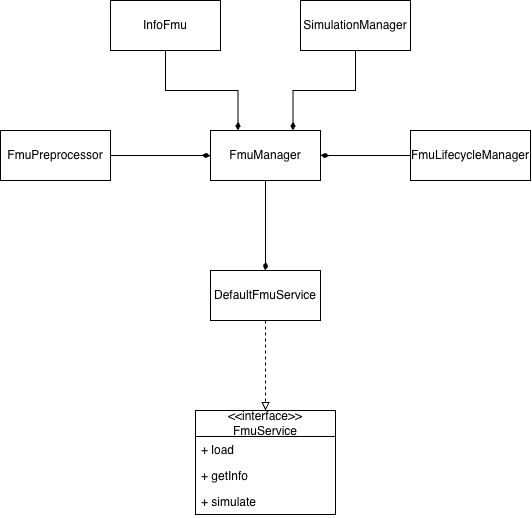
Before: figures/fmukt-design.png, a diagram exported from draw.io (Sohaib-Ouakani/thesis-template). Source tidied: cells renumbered, new cells last; positions are measured from the earlier drawing's top-left corner, leaving out a move shared by most shapes.
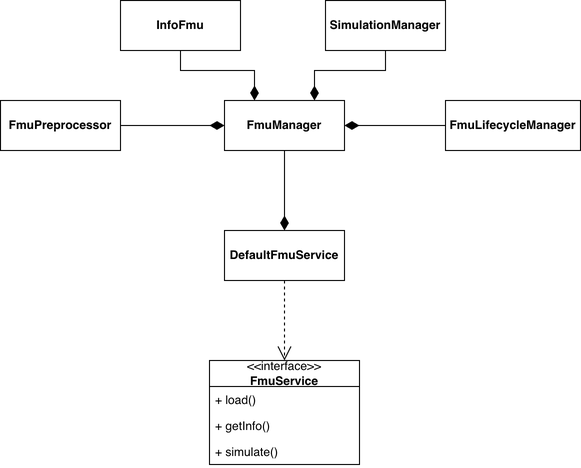
After the change.

The edit, as a diff of the source:
```diff
@@ -2,53 +2,53 @@
   <root>
     <mxCell id="0" />
     <mxCell id="1" parent="0" />
-    <mxCell id="2" value="&amp;lt;&amp;lt;interface&amp;gt;&amp;gt;&lt;div&gt;FmuService&lt;/div&gt;" style="swimlane;fontStyle=0;horizontal=1;startSize=26;fillColor=none;whiteSpace=wrap;html=1;" parent="1" vertex="1">
-      <mxGeometry x="195" y="410" width="140" height="104" as="geometry" />
+    <mxCell id="2" value="&amp;lt;&amp;lt;interface&amp;gt;&amp;gt;&lt;div&gt;&lt;b&gt;FmuService&lt;/b&gt;&lt;/div&gt;" style="swimlane;fontStyle=0;horizontal=1;startSize=26;fillColor=none;whiteSpace=wrap;html=1;" parent="1" vertex="1">
+      <mxGeometry x="239" y="200" width="150" height="104" as="geometry" />
     </mxCell>
-    <mxCell id="3" value="+ load" style="text;strokeColor=none;fillColor=none;align=left;verticalAlign=top;spacingLeft=4;spacingRight=4;overflow=hidden;whiteSpace=wrap;html=1;" parent="2" vertex="1">
-      <mxGeometry y="26" width="140" height="26" as="geometry" />
-    </mxCell>
-    <mxCell id="4" value="+ getInfo" style="text;strokeColor=none;fillColor=none;align=left;verticalAlign=top;spacingLeft=4;spacingRight=4;overflow=hidden;whiteSpace=wrap;html=1;" parent="2" vertex="1">
-      <mxGeometry y="52" width="140" height="26" as="geometry" />
-    </mxCell>
-    <mxCell id="5" value="+ simulate" style="text;strokeColor=none;fillColor=none;align=left;verticalAlign=top;spacingLeft=4;spacingRight=4;overflow=hidden;whiteSpace=wrap;html=1;" parent="2" vertex="1">
-      <mxGeometry y="78" width="140" height="26" as="geometry" />
-    </mxCell>
+    <mxCell id="18" value="+ load()" style="text;strokeColor=none;fillColor=none;align=left;verticalAlign=top;spacingLeft=4;spacingRight=4;overflow=hidden;whiteSpace=wrap;html=1;" parent="2" vertex="1">
+      <mxGeometry y="26" width="150" height="26" as="geometry" />
+    </mxCell>
+    <mxCell id="19" value="+ getInfo()" style="text;strokeColor=none;fillColor=none;align=left;verticalAlign=top;spacingLeft=4;spacingRight=4;overflow=hidden;whiteSpace=wrap;html=1;" parent="2" vertex="1">
+      <mxGeometry y="52" width="150" height="26" as="geometry" />
+    </mxCell>
+    <mxCell id="20" value="+ simulate()" style="text;strokeColor=none;fillColor=none;align=left;verticalAlign=top;spacingLeft=4;spacingRight=4;overflow=hidden;whiteSpace=wrap;html=1;" parent="2" vertex="1">
+      <mxGeometry y="78" width="150" height="26" as="geometry" />
+    </mxCell>
-    <mxCell id="6" style="edgeStyle=orthogonalEdgeStyle;rounded=0;jettySize=auto;html=1;exitX=0.5;exitY=1;exitDx=0;exitDy=0;entryX=0.5;entryY=0;entryDx=0;entryDy=0;endArrow=block;endFill=0;dashed=1;" parent="1" edge="1" source="7" target="2">
+    <mxCell id="6" style="edgeStyle=orthogonalEdgeStyle;rounded=0;jettySize=auto;html=1;exitX=0.5;exitY=1;exitDx=0;exitDy=0;entryX=0.5;entryY=0;entryDx=0;entryDy=0;endArrow=open;endFill=0;endSize=12;dashed=1;startSize=20;" parent="1" edge="1" source="7" target="2">
       <mxGeometry relative="1" as="geometry" />
     </mxCell>
-    <mxCell id="7" value="DefaultFmuService" style="html=1;whiteSpace=wrap;" parent="1" vertex="1">
-      <mxGeometry x="210" y="270" width="110" height="50" as="geometry" />
+    <mxCell id="7" value="&lt;b&gt;DefaultFmuService&lt;/b&gt;" style="html=1;whiteSpace=wrap;" parent="1" vertex="1">
+      <mxGeometry x="254" y="70" width="120" height="50" as="geometry" />
     </mxCell>
-    <mxCell id="8" style="edgeStyle=orthogonalEdgeStyle;rounded=0;jettySize=auto;html=1;exitX=0.5;exitY=1;exitDx=0;exitDy=0;entryX=0.5;entryY=0;entryDx=0;entryDy=0;endArrow=diamondThin;endFill=1;" parent="1" edge="1" source="9" target="7">
+    <mxCell id="8" style="edgeStyle=orthogonalEdgeStyle;rounded=0;jettySize=auto;html=1;exitX=0.5;exitY=1;exitDx=0;exitDy=0;entryX=0.5;entryY=0;entryDx=0;entryDy=0;endArrow=diamondThin;endFill=1;endSize=12;" parent="1" edge="1" source="9" target="7">
       <mxGeometry relative="1" as="geometry" />
     </mxCell>
-    <mxCell id="9" value="FmuManager" style="html=1;whiteSpace=wrap;" parent="1" vertex="1">
-      <mxGeometry x="210" y="130" width="110" height="50" as="geometry" />
+    <mxCell id="9" value="&lt;b&gt;FmuManager&lt;/b&gt;" style="html=1;whiteSpace=wrap;" parent="1" vertex="1">
+      <mxGeometry x="254" y="-60" width="120" height="50" as="geometry" />
     </mxCell>
-    <mxCell id="10" style="edgeStyle=orthogonalEdgeStyle;rounded=0;jettySize=auto;html=1;exitX=1;exitY=0.5;exitDx=0;exitDy=0;entryX=0;entryY=0.5;entryDx=0;entryDy=0;endArrow=diamondThin;endFill=1;" parent="1" edge="1" source="11" target="9">
-      <mxGeometry relative="1" as="geometry" />
-    </mxCell>
-    <mxCell id="11" value="FmuPreprocessor" style="html=1;whiteSpace=wrap;" parent="1" vertex="1">
-      <mxGeometry y="130" width="110" height="50" as="geometry" />
-    </mxCell>
-    <mxCell id="12" style="edgeStyle=orthogonalEdgeStyle;rounded=0;jettySize=auto;html=1;exitX=0.5;exitY=1;exitDx=0;exitDy=0;entryX=0.25;entryY=0;entryDx=0;entryDy=0;endArrow=diamondThin;endFill=1;" parent="1" edge="1" source="13" target="9">
-      <mxGeometry relative="1" as="geometry" />
-    </mxCell>
-    <mxCell id="13" value="InfoFmu" style="html=1;whiteSpace=wrap;" parent="1" vertex="1">
-      <mxGeometry x="110" width="110" height="50" as="geometry" />
-    </mxCell>
-    <mxCell id="14" style="edgeStyle=orthogonalEdgeStyle;rounded=0;jettySize=auto;html=1;exitX=0;exitY=0.5;exitDx=0;exitDy=0;entryX=1;entryY=0.5;entryDx=0;entryDy=0;endArrow=diamondThin;endFill=1;" parent="1" edge="1" source="15" target="9">
+    <mxCell id="14" style="edgeStyle=orthogonalEdgeStyle;rounded=0;jettySize=auto;html=1;exitX=0;exitY=0.5;exitDx=0;exitDy=0;entryX=1;entryY=0.5;entryDx=0;entryDy=0;endArrow=diamondThin;endFill=1;endSize=12;" parent="1" edge="1" source="15" target="9">
       <mxGeometry relative="1" as="geometry" />
     </mxCell>
-    <mxCell id="15" value="FmuLifecycleManager" style="html=1;whiteSpace=wrap;" parent="1" vertex="1">
-      <mxGeometry x="410" y="130" width="120" height="50" as="geometry" />
+    <mxCell id="15" value="&lt;b&gt;FmuLifecycleManager&lt;/b&gt;" style="html=1;whiteSpace=wrap;" parent="1" vertex="1">
+      <mxGeometry x="475" y="-60" width="135" height="50" as="geometry" />
     </mxCell>
-    <mxCell id="16" style="edgeStyle=orthogonalEdgeStyle;rounded=0;jettySize=auto;html=1;exitX=0.5;exitY=1;exitDx=0;exitDy=0;entryX=0.75;entryY=0;entryDx=0;entryDy=0;endArrow=diamondThin;endFill=1;" parent="1" edge="1" source="17" target="9">
+    <mxCell id="16" style="edgeStyle=orthogonalEdgeStyle;rounded=0;jettySize=auto;html=1;exitX=0.5;exitY=1;exitDx=0;exitDy=0;entryX=0.75;entryY=0;entryDx=0;entryDy=0;endArrow=diamondThin;endFill=1;endSize=12;" parent="1" edge="1" source="17" target="9">
       <mxGeometry relative="1" as="geometry" />
     </mxCell>
-    <mxCell id="17" value="SimulationManager" style="html=1;whiteSpace=wrap;" parent="1" vertex="1">
-      <mxGeometry x="300" width="110" height="50" as="geometry" />
+    <mxCell id="17" value="&lt;b&gt;SimulationManager&lt;/b&gt;" style="html=1;whiteSpace=wrap;" parent="1" vertex="1">
+      <mxGeometry x="355" y="-160" width="120" height="50" as="geometry" />
     </mxCell>
+    <mxCell id="12" style="edgeStyle=orthogonalEdgeStyle;rounded=0;jettySize=auto;html=1;exitX=0.5;exitY=1;exitDx=0;exitDy=0;entryX=0.25;entryY=0;entryDx=0;entryDy=0;endArrow=diamondThin;endFill=1;endSize=12;" parent="1" edge="1" source="13" target="9">
+      <mxGeometry relative="1" as="geometry" />
+    </mxCell>
+    <mxCell id="13" value="&lt;b&gt;InfoFmu&lt;/b&gt;" style="html=1;whiteSpace=wrap;" parent="1" vertex="1">
+      <mxGeometry x="150" y="-160" width="120" height="50" as="geometry" />
+    </mxCell>
+    <mxCell id="10" style="edgeStyle=orthogonalEdgeStyle;rounded=0;jettySize=auto;html=1;exitX=1;exitY=0.5;exitDx=0;exitDy=0;entryX=0;entryY=0.5;entryDx=0;entryDy=0;endArrow=diamondThin;endFill=1;endSize=12;" parent="1" edge="1" source="11" target="9">
+      <mxGeometry relative="1" as="geometry" />
+    </mxCell>
+    <mxCell id="11" value="&lt;b&gt;FmuPreprocessor&lt;/b&gt;" style="html=1;whiteSpace=wrap;" parent="1" vertex="1">
+      <mxGeometry x="30" y="-60" width="120" height="50" as="geometry" />
+    </mxCell>
   </root>
 </mxGraphModel>
```
